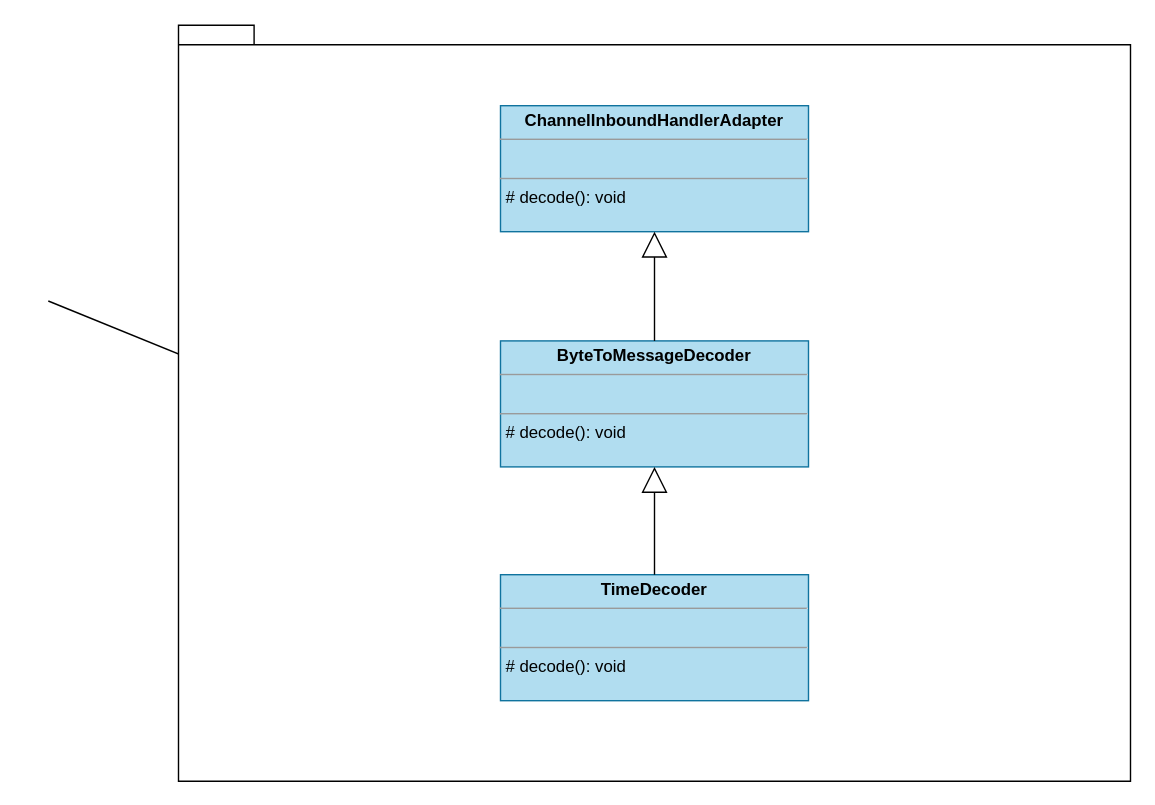
Above: page "stream2" (1 of 2) of Week_03/netty-example/assets/drawings/class-diagram.drawio in Du-Feng/JAVA-000 (draw.io), before the change. Source tidied: cells renumbered, new cells numbered last; positions are measured from the earlier drawing's top-left corner, leaving out a move shared by most shapes. Both pictures are drawn from the tidied source at 140%, with x=0, y=0 at pixel (48, 24).
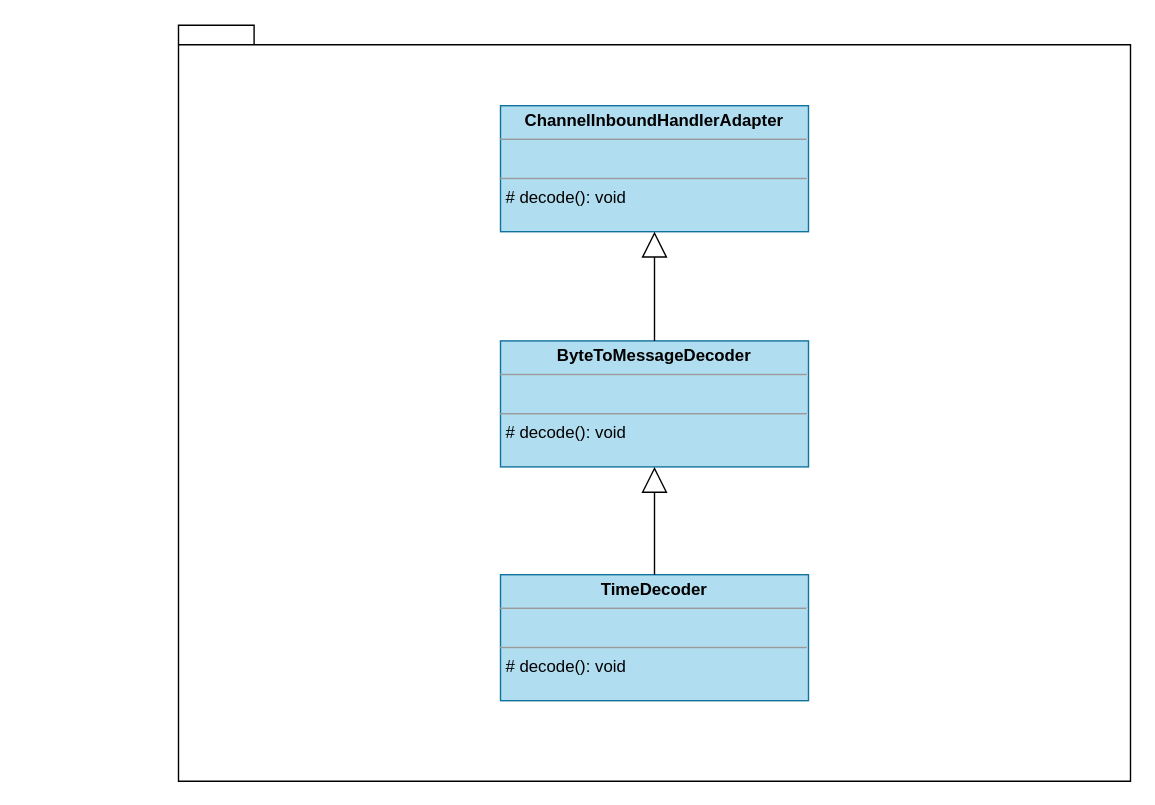
The same diagram, later.

Change to the diagram source:
```diff
@@
 <mxGraphModel>
   <root>
     <mxCell id="0" />
     <mxCell id="1" parent="0" />
     <mxCell id="2" style="endArrow=block;endSize=16;endFill=0;html=1;entryX=0.5;entryY=1;entryDx=0;entryDy=0;" parent="1" edge="1">
       <mxGeometry relative="1" as="geometry">
         <mxPoint x="140" y="147.5" as="sourcePoint" />
         <mxPoint x="290" y="147.5" as="targetPoint" />
       </mxGeometry>
     </mxCell>
-    <mxCell id="3" style="endArrow=block;endSize=16;endFill=0;html=1;exitX=0.5;exitY=0;exitDx=0;exitDy=0;entryX=0.5;entryY=1;entryDx=0;entryDy=0;" parent="1" edge="1">
-      <mxGeometry relative="1" as="geometry">
-        <mxPoint y="197.5" as="sourcePoint" />
-        <mxPoint x="290" y="315.5" as="targetPoint" />
-      </mxGeometry>
-    </mxCell>
     <mxCell id="4" style="shape=folder;fontStyle=1;spacingTop=10;tabWidth=40;tabHeight=14;tabPosition=left;html=1;" parent="1" vertex="1">
       <mxGeometry x="93" y="0.5" width="680" height="540" as="geometry" />
     </mxCell>
     <mxCell id="5" value="&lt;p style=&quot;margin: 0px ; margin-top: 4px ; text-align: center&quot;&gt;&lt;b&gt;ChannelInboundHandlerAdapter&lt;/b&gt;&lt;br&gt;&lt;/p&gt;&lt;hr size=&quot;1&quot;&gt;&lt;p style=&quot;margin: 0px ; margin-left: 4px&quot;&gt;&lt;br&gt;&lt;/p&gt;&lt;hr size=&quot;1&quot;&gt;&lt;p style=&quot;margin: 0px ; margin-left: 4px&quot;&gt;# decode(): void&lt;/p&gt;" style="verticalAlign=top;align=left;overflow=fill;fontSize=12;fontFamily=Helvetica;html=1;fillColor=#b1ddf0;strokeColor=#10739e;" parent="1" vertex="1">
       <mxGeometry x="323" y="58" width="220" height="90" as="geometry" />
     </mxCell>
     <mxCell id="6" value="&lt;p style=&quot;margin: 0px ; margin-top: 4px ; text-align: center&quot;&gt;&lt;b&gt;ByteToMessageDecoder&lt;/b&gt;&lt;br&gt;&lt;/p&gt;&lt;hr size=&quot;1&quot;&gt;&lt;p style=&quot;margin: 0px ; margin-left: 4px&quot;&gt;&lt;br&gt;&lt;/p&gt;&lt;hr size=&quot;1&quot;&gt;&lt;p style=&quot;margin: 0px ; margin-left: 4px&quot;&gt;# decode(): void&lt;/p&gt;" style="verticalAlign=top;align=left;overflow=fill;fontSize=12;fontFamily=Helvetica;html=1;fillColor=#b1ddf0;strokeColor=#10739e;" parent="1" vertex="1">
       <mxGeometry x="323" y="226" width="220" height="90" as="geometry" />
     </mxCell>
     <mxCell id="7" value="&lt;p style=&quot;margin: 0px ; margin-top: 4px ; text-align: center&quot;&gt;&lt;b&gt;TimeDecoder&lt;/b&gt;&lt;br&gt;&lt;/p&gt;&lt;hr size=&quot;1&quot;&gt;&lt;p style=&quot;margin: 0px ; margin-left: 4px&quot;&gt;&lt;br&gt;&lt;/p&gt;&lt;hr size=&quot;1&quot;&gt;&lt;p style=&quot;margin: 0px ; margin-left: 4px&quot;&gt;# decode(): void&lt;/p&gt;" style="verticalAlign=top;align=left;overflow=fill;fontSize=12;fontFamily=Helvetica;html=1;fillColor=#b1ddf0;strokeColor=#10739e;" parent="1" vertex="1">
       <mxGeometry x="323" y="393" width="220" height="90" as="geometry" />
     </mxCell>
     <mxCell id="8" style="endArrow=block;endSize=16;endFill=0;html=1;entryX=0.5;entryY=1;entryDx=0;entryDy=0;" parent="1" edge="1" source="6" target="5">
       <mxGeometry relative="1" as="geometry" />
     </mxCell>
     <mxCell id="9" style="endArrow=block;endSize=16;endFill=0;html=1;exitX=0.5;exitY=0;exitDx=0;exitDy=0;entryX=0.5;entryY=1;entryDx=0;entryDy=0;" parent="1" edge="1" source="7" target="6">
       <mxGeometry relative="1" as="geometry" />
     </mxCell>
   </root>
 </mxGraphModel>
```
